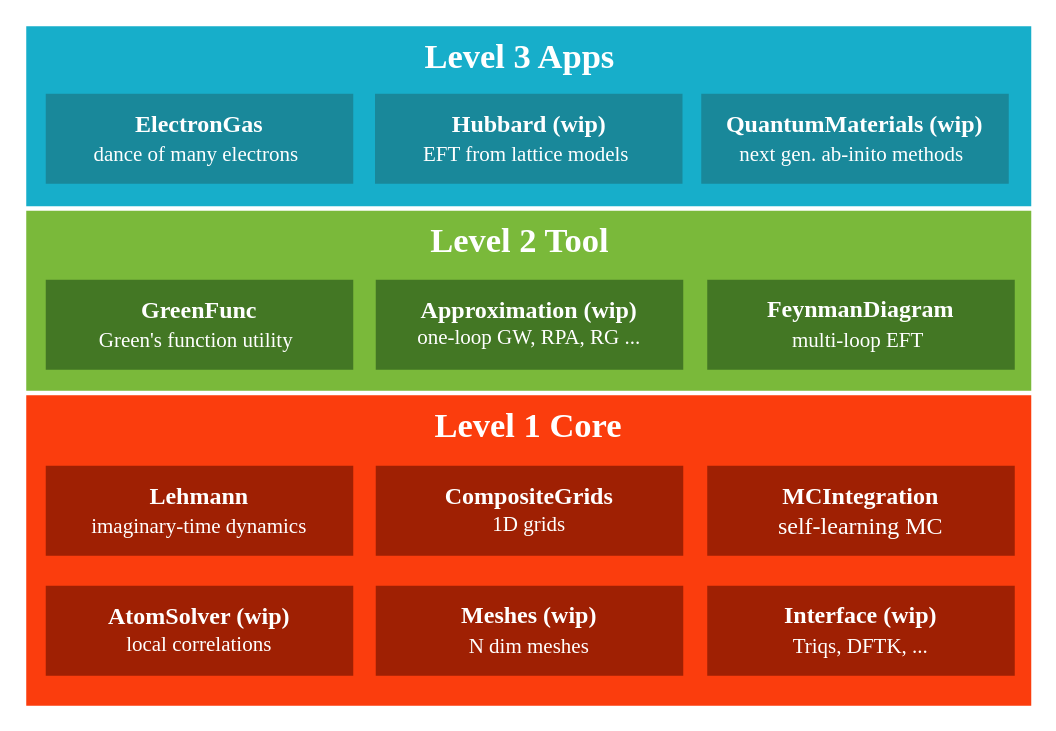
This is docs/src/assets/numericalEFT.drawio from numericalEFT/NumericalEFT.jl, a draw.io file, before an edit. Source tidied: cells renumbered, new cells numbered last; positions are measured from the earlier drawing's top-left corner, leaving out a move shared by most shapes. Both pictures are drawn from the tidied source at 150%, with x=0, y=0 at pixel (26, 26).
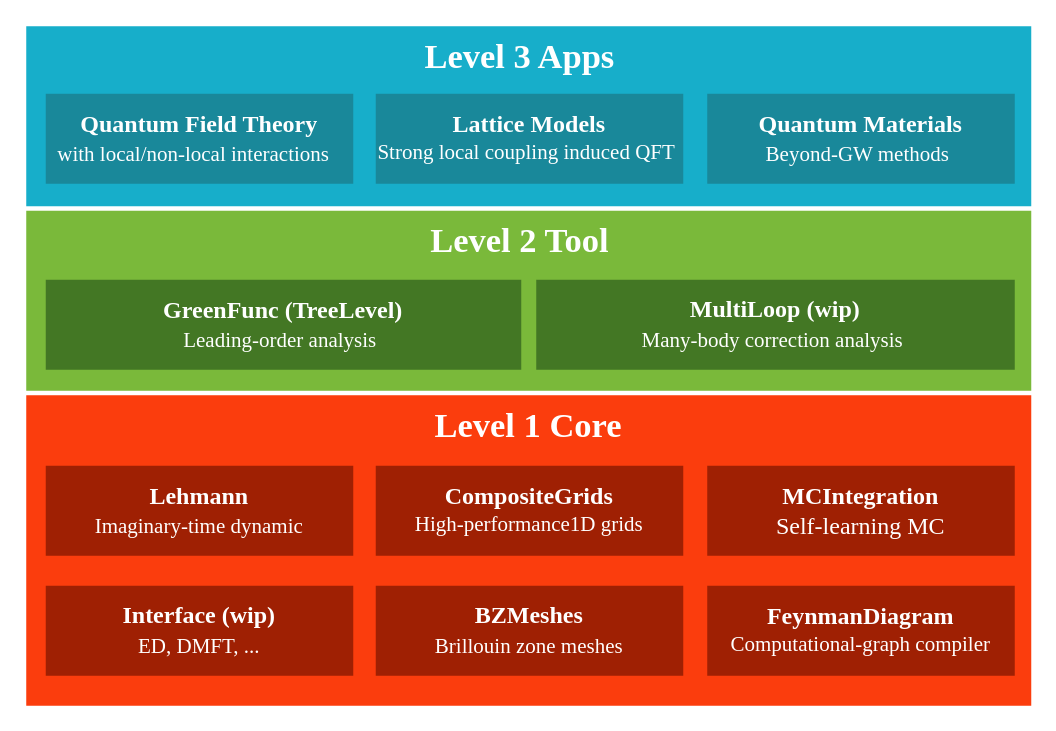
After the change.

Commit message (it also covers changes not shown here):
update infrastructure diagram

Change to the diagram source:
```diff
@@
 <mxGraphModel>
   <root>
     <mxCell id="0" />
     <mxCell id="1" parent="0" />
     <mxCell id="2" value="&lt;b&gt;&lt;font style=&quot;font-size: 23px&quot; color=&quot;#ffffff&quot;&gt;Level 1 Core&lt;/font&gt;&lt;/b&gt;" style="rounded=0;whiteSpace=wrap;html=1;verticalAlign=top;fontColor=#7EA6E0;fillColor=#FB3D0D;strokeColor=none;fontFamily=Garamond;" parent="1" vertex="1">
       <mxGeometry y="246" width="670" height="207" as="geometry" />
     </mxCell>
-    <mxCell id="3" value="&lt;font style=&quot;font-size: 16px&quot;&gt;&lt;b&gt;MCIntegration&lt;/b&gt;&lt;br&gt;self-learning MC&lt;br&gt;&lt;/font&gt;" style="rounded=0;whiteSpace=wrap;html=1;fillColor=#9F2003;strokeColor=none;fontColor=#FFFFFF;fontFamily=Garamond;" parent="1" vertex="1">
+    <mxCell id="3" value="&lt;font style=&quot;font-size: 16px&quot;&gt;&lt;b&gt;MCIntegration&lt;/b&gt;&lt;br&gt;Self-learning MC&lt;br&gt;&lt;/font&gt;" style="rounded=0;whiteSpace=wrap;html=1;fillColor=#9F2003;strokeColor=none;fontColor=#FFFFFF;fontFamily=Garamond;" parent="1" vertex="1">
       <mxGeometry x="454" y="293" width="205" height="60" as="geometry" />
     </mxCell>
-    <mxCell id="4" value="&lt;p style=&quot;line-height: 150%&quot;&gt;&lt;b&gt;&lt;font style=&quot;font-size: 16px&quot;&gt;Lehmann&lt;br&gt;&lt;/font&gt;&lt;/b&gt;&lt;span style=&quot;font-size: 14px&quot;&gt;imaginary-time dynamics&lt;/span&gt;&lt;b&gt;&lt;font style=&quot;font-size: 16px&quot;&gt;&lt;br&gt;&lt;/font&gt;&lt;/b&gt;&lt;/p&gt;" style="rounded=0;whiteSpace=wrap;html=1;fillColor=#9F2003;strokeColor=none;fontColor=#FFFFFF;fontFamily=Garamond;" parent="1" vertex="1">
+    <mxCell id="4" value="&lt;p style=&quot;line-height: 150%&quot;&gt;&lt;b&gt;&lt;font style=&quot;font-size: 16px&quot;&gt;Lehmann&lt;br&gt;&lt;/font&gt;&lt;/b&gt;&lt;span style=&quot;font-size: 14px&quot;&gt;Imaginary-time dynamic&lt;/span&gt;&lt;b&gt;&lt;font style=&quot;font-size: 16px&quot;&gt;&lt;br&gt;&lt;/font&gt;&lt;/b&gt;&lt;/p&gt;" style="rounded=0;whiteSpace=wrap;html=1;fillColor=#9F2003;strokeColor=none;fontColor=#FFFFFF;fontFamily=Garamond;" parent="1" vertex="1">
       <mxGeometry x="13" y="293" width="205" height="60" as="geometry" />
     </mxCell>
-    <mxCell id="5" value="&lt;font style=&quot;line-height: 150%&quot;&gt;&lt;b style=&quot;font-size: 16px&quot;&gt;CompositeGrids&lt;/b&gt;&lt;br&gt;&lt;font style=&quot;font-size: 14px&quot;&gt;1D grids&lt;/font&gt;&lt;br&gt;&lt;/font&gt;" style="rounded=0;whiteSpace=wrap;html=1;fillColor=#9F2003;strokeColor=none;fontColor=#FFFFFF;fontFamily=Garamond;" parent="1" vertex="1">
+    <mxCell id="5" value="&lt;font style=&quot;line-height: 150%&quot;&gt;&lt;b style=&quot;font-size: 16px&quot;&gt;CompositeGrids&lt;/b&gt;&lt;br&gt;&lt;font style=&quot;font-size: 14px&quot;&gt;High-performance1D grids&lt;/font&gt;&lt;br&gt;&lt;/font&gt;" style="rounded=0;whiteSpace=wrap;html=1;fillColor=#9F2003;strokeColor=none;fontColor=#FFFFFF;fontFamily=Garamond;" parent="1" vertex="1">
       <mxGeometry x="233" y="293" width="205" height="60" as="geometry" />
     </mxCell>
-    <mxCell id="6" value="&lt;font style=&quot;line-height: 150%&quot;&gt;&lt;b style=&quot;font-size: 16px&quot;&gt;AtomSolver (wip)&lt;/b&gt;&lt;br&gt;&lt;font style=&quot;font-size: 14px&quot;&gt;local correlations&lt;/font&gt;&lt;br&gt;&lt;/font&gt;" style="rounded=0;whiteSpace=wrap;html=1;fillColor=#9F2003;strokeColor=none;fontColor=#FFFFFF;fontFamily=Garamond;" parent="1" vertex="1">
-      <mxGeometry x="13" y="373" width="205" height="60" as="geometry" />
+    <mxCell id="6" value="&lt;font style=&quot;line-height: 150%&quot;&gt;&lt;b style=&quot;font-size: 16px&quot;&gt;FeynmanDiagram&lt;/b&gt;&lt;br&gt;&lt;span style=&quot;font-size: 14px&quot;&gt;Computational-graph compiler&lt;/span&gt;&lt;br&gt;&lt;/font&gt;" style="rounded=0;whiteSpace=wrap;html=1;fillColor=#9F2003;strokeColor=none;fontColor=#FFFFFF;fontFamily=Garamond;" parent="1" vertex="1">
+      <mxGeometry x="454" y="373" width="205" height="60" as="geometry" />
     </mxCell>
-    <mxCell id="7" value="&lt;p style=&quot;line-height: 160%&quot;&gt;&lt;b style=&quot;font-size: 16px&quot;&gt;Meshes (wip)&lt;/b&gt;&lt;br&gt;&lt;font style=&quot;font-size: 14px&quot;&gt;N dim meshes&lt;/font&gt;&lt;/p&gt;" style="rounded=0;whiteSpace=wrap;html=1;fillColor=#9F2003;strokeColor=none;fontColor=#FFFFFF;fontFamily=Garamond;" parent="1" vertex="1">
+    <mxCell id="7" value="&lt;p style=&quot;line-height: 160%&quot;&gt;&lt;b style=&quot;font-size: 16px&quot;&gt;BZMeshes&lt;/b&gt;&lt;br&gt;&lt;span style=&quot;font-size: 14px&quot;&gt;Brillouin zone meshes&lt;/span&gt;&lt;/p&gt;" style="rounded=0;whiteSpace=wrap;html=1;fillColor=#9F2003;strokeColor=none;fontColor=#FFFFFF;fontFamily=Garamond;" parent="1" vertex="1">
       <mxGeometry x="233" y="373" width="205" height="60" as="geometry" />
     </mxCell>
     <mxCell id="8" value="&lt;b&gt;&lt;font style=&quot;font-size: 23px&quot; color=&quot;#ffffff&quot;&gt;Level 2 Tool&amp;nbsp;&amp;nbsp;&lt;/font&gt;&lt;/b&gt;" style="rounded=0;whiteSpace=wrap;html=1;verticalAlign=top;fontColor=#7EA6E0;fillColor=#7AB93A;strokeColor=none;fontFamily=Garamond;" parent="1" vertex="1">
       <mxGeometry y="123" width="670" height="120" as="geometry" />
     </mxCell>
-    <mxCell id="9" value="&lt;font style=&quot;line-height: 150%&quot;&gt;&lt;b style=&quot;font-size: 16px&quot;&gt;GreenFunc&lt;/b&gt;&lt;br&gt;&lt;span style=&quot;font-size: 14px&quot;&gt;Green's function utility&lt;/span&gt;&lt;b style=&quot;font-size: 16px&quot;&gt;&amp;nbsp;&lt;/b&gt;&lt;br&gt;&lt;/font&gt;" style="rounded=0;whiteSpace=wrap;html=1;fillColor=#437724;strokeColor=none;fontColor=#FFFFFF;fontFamily=Garamond;" parent="1" vertex="1">
-      <mxGeometry x="13" y="169" width="205" height="60" as="geometry" />
+    <mxCell id="9" value="&lt;font style=&quot;line-height: 150%&quot;&gt;&lt;span style=&quot;font-size: 16px&quot;&gt;&lt;b&gt;GreenFunc (TreeLevel)&lt;/b&gt;&lt;/span&gt;&lt;br&gt;&lt;span style=&quot;font-size: 14px&quot;&gt;Leading-order analysis&lt;/span&gt;&lt;b style=&quot;font-size: 16px&quot;&gt;&amp;nbsp;&lt;/b&gt;&lt;br&gt;&lt;/font&gt;" style="rounded=0;whiteSpace=wrap;html=1;fillColor=#437724;strokeColor=none;fontColor=#FFFFFF;fontFamily=Garamond;" parent="1" vertex="1">
+      <mxGeometry x="13" y="169" width="317" height="60" as="geometry" />
     </mxCell>
-    <mxCell id="10" value="&lt;font style=&quot;line-height: 140%&quot;&gt;&lt;span style=&quot;font-size: 16px&quot;&gt;&lt;b&gt;Approximation (wip)&lt;/b&gt;&lt;/span&gt;&lt;br&gt;&lt;font style=&quot;font-size: 14px&quot;&gt;one-loop GW, RPA, RG ...&lt;/font&gt;&lt;br&gt;&lt;/font&gt;" style="rounded=0;whiteSpace=wrap;html=1;fillColor=#437724;strokeColor=none;fontColor=#FFFFFF;fontFamily=Garamond;" parent="1" vertex="1">
-      <mxGeometry x="233" y="169" width="205" height="60" as="geometry" />
-    </mxCell>
-    <mxCell id="11" value="&lt;span style=&quot;font-size: 16px&quot;&gt;&lt;b&gt;FeynmanDiagram&lt;br&gt;&lt;/b&gt;&lt;/span&gt;&lt;span style=&quot;font-size: 14px ; line-height: 150%&quot;&gt;multi-loop EFT&amp;nbsp;&lt;/span&gt;" style="rounded=0;whiteSpace=wrap;html=1;fillColor=#437724;strokeColor=none;fontColor=#FFFFFF;fontFamily=Garamond;" parent="1" vertex="1">
-      <mxGeometry x="454" y="169" width="205" height="60" as="geometry" />
+    <mxCell id="11" value="&lt;span style=&quot;font-size: 16px&quot;&gt;&lt;b&gt;MultiLoop (wip)&lt;br&gt;&lt;/b&gt;&lt;/span&gt;&lt;span style=&quot;font-size: 14px ; line-height: 150%&quot;&gt;Many-body correction analysis&amp;nbsp;&lt;/span&gt;" style="rounded=0;whiteSpace=wrap;html=1;fillColor=#437724;strokeColor=none;fontColor=#FFFFFF;fontFamily=Garamond;" parent="1" vertex="1">
+      <mxGeometry x="340" y="169" width="319" height="60" as="geometry" />
     </mxCell>
     <mxCell id="12" value="&lt;b&gt;&lt;font style=&quot;font-size: 23px&quot; color=&quot;#ffffff&quot;&gt;Level 3 Apps&amp;nbsp;&amp;nbsp;&lt;/font&gt;&lt;/b&gt;" style="rounded=0;whiteSpace=wrap;html=1;verticalAlign=top;fontColor=#7EA6E0;fillColor=#17AECA;strokeColor=none;fontFamily=Garamond;" parent="1" vertex="1">
       <mxGeometry width="670" height="120" as="geometry" />
     </mxCell>
-    <mxCell id="13" value="&lt;font style=&quot;line-height: 150%&quot;&gt;&lt;span style=&quot;font-size: 16px&quot;&gt;&lt;b&gt;ElectronGas&lt;/b&gt;&lt;/span&gt;&lt;br&gt;&lt;span style=&quot;font-size: 14px&quot;&gt;dance of many electrons&lt;/span&gt;&lt;b style=&quot;font-size: 16px&quot;&gt;&amp;nbsp;&lt;/b&gt;&lt;br&gt;&lt;/font&gt;" style="rounded=0;whiteSpace=wrap;html=1;fillColor=#19889A;strokeColor=none;fontColor=#FFFFFF;fontFamily=Garamond;" parent="1" vertex="1">
+    <mxCell id="13" value="&lt;font style=&quot;line-height: 150%&quot;&gt;&lt;span style=&quot;font-size: 16px&quot;&gt;&lt;b&gt;Quantum Field Theory&lt;/b&gt;&lt;/span&gt;&lt;br&gt;&lt;span style=&quot;font-size: 14px&quot;&gt;with local/non-local interactions&amp;nbsp;&lt;/span&gt;&lt;b style=&quot;font-size: 16px&quot;&gt;&amp;nbsp;&lt;/b&gt;&lt;br&gt;&lt;/font&gt;" style="rounded=0;whiteSpace=wrap;html=1;fillColor=#19889A;strokeColor=none;fontColor=#FFFFFF;fontFamily=Garamond;" parent="1" vertex="1">
       <mxGeometry x="13" y="45" width="205" height="60" as="geometry" />
     </mxCell>
-    <mxCell id="14" value="&lt;font style=&quot;line-height: 150%&quot;&gt;&lt;span style=&quot;font-size: 16px&quot;&gt;&lt;b&gt;Hubbard (wip)&lt;/b&gt;&lt;/span&gt;&lt;br&gt;&lt;span style=&quot;font-size: 14px&quot;&gt;EFT from lattice models&lt;/span&gt;&lt;b style=&quot;font-size: 16px&quot;&gt;&amp;nbsp;&lt;/b&gt;&lt;br&gt;&lt;/font&gt;" style="rounded=0;whiteSpace=wrap;html=1;fillColor=#19889A;strokeColor=none;fontColor=#FFFFFF;fontFamily=Garamond;" parent="1" vertex="1">
-      <mxGeometry x="232.5" y="45" width="205" height="60" as="geometry" />
+    <mxCell id="14" value="&lt;font style=&quot;line-height: 150%&quot;&gt;&lt;span style=&quot;font-size: 16px&quot;&gt;&lt;b&gt;Lattice Models&lt;br&gt;&lt;/b&gt;&lt;/span&gt;&lt;span style=&quot;font-size: 14px&quot;&gt;Strong local coupling induced QFT&amp;nbsp;&lt;/span&gt;&lt;br&gt;&lt;/font&gt;" style="rounded=0;whiteSpace=wrap;html=1;fillColor=#19889A;strokeColor=none;fontColor=#FFFFFF;fontFamily=Garamond;" parent="1" vertex="1">
+      <mxGeometry x="233" y="45" width="205" height="60" as="geometry" />
     </mxCell>
-    <mxCell id="15" value="&lt;font style=&quot;line-height: 150%&quot;&gt;&lt;b style=&quot;font-size: 16px&quot;&gt;QuantumMaterials (wip)&lt;/b&gt;&lt;br&gt;&lt;span style=&quot;font-size: 14px&quot;&gt;next gen. ab-inito methods&lt;/span&gt;&lt;b style=&quot;font-size: 16px&quot;&gt;&amp;nbsp;&lt;/b&gt;&lt;br&gt;&lt;/font&gt;" style="rounded=0;whiteSpace=wrap;html=1;fillColor=#19889A;strokeColor=none;fontColor=#FFFFFF;fontFamily=Garamond;" parent="1" vertex="1">
-      <mxGeometry x="450" y="45" width="205" height="60" as="geometry" />
+    <mxCell id="15" value="&lt;font style=&quot;line-height: 150%&quot;&gt;&lt;b style=&quot;font-size: 16px&quot;&gt;Quantum Materials&lt;/b&gt;&lt;br&gt;&lt;span style=&quot;font-size: 14px&quot;&gt;Beyond-GW methods&lt;/span&gt;&lt;b style=&quot;font-size: 16px&quot;&gt;&amp;nbsp;&lt;/b&gt;&lt;br&gt;&lt;/font&gt;" style="rounded=0;whiteSpace=wrap;html=1;fillColor=#19889A;strokeColor=none;fontColor=#FFFFFF;fontFamily=Garamond;" parent="1" vertex="1">
+      <mxGeometry x="454" y="45" width="205" height="60" as="geometry" />
     </mxCell>
-    <mxCell id="16" value="&lt;p style=&quot;line-height: 160%&quot;&gt;&lt;span style=&quot;font-size: 16px&quot;&gt;&lt;b&gt;Interface (wip)&lt;/b&gt;&lt;/span&gt;&lt;br&gt;&lt;span style=&quot;font-size: 14px&quot;&gt;Triqs, DFTK, ...&lt;/span&gt;&lt;/p&gt;" style="rounded=0;whiteSpace=wrap;html=1;fillColor=#9F2003;strokeColor=none;fontColor=#FFFFFF;fontFamily=Garamond;" parent="1" vertex="1">
-      <mxGeometry x="454" y="373" width="205" height="60" as="geometry" />
+    <mxCell id="16" value="&lt;p style=&quot;line-height: 160%&quot;&gt;&lt;span style=&quot;font-size: 16px&quot;&gt;&lt;b&gt;Interface (wip)&lt;/b&gt;&lt;/span&gt;&lt;br&gt;&lt;span style=&quot;font-size: 14px&quot;&gt;ED, DMFT, ...&lt;/span&gt;&lt;/p&gt;" style="rounded=0;whiteSpace=wrap;html=1;fillColor=#9F2003;strokeColor=none;fontColor=#FFFFFF;fontFamily=Garamond;" parent="1" vertex="1">
+      <mxGeometry x="13" y="373" width="205" height="60" as="geometry" />
     </mxCell>
   </root>
 </mxGraphModel>
```
